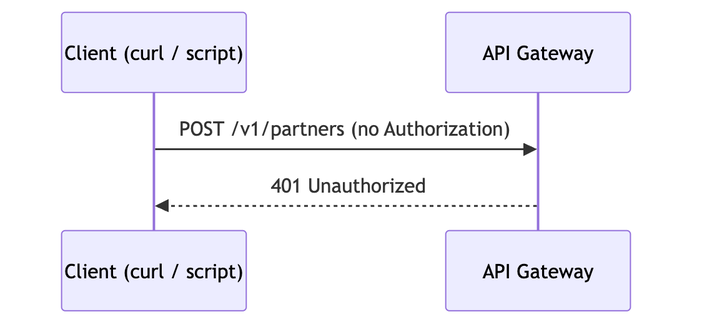
This is docs/sequence-diagrams/png/UC-P03.png from bayareala8s/BayRelayAI, a Mermaid export, as it was before one commit. Its source is kept beside it as docs/sequence-diagrams/mmd/UC-P03.mmd. Source of this version:
```mermaid
sequenceDiagram
  participant Client as Client (curl / script)
  participant APIGW as API Gateway

  Client->>APIGW: POST /v1/partners (no Authorization)
  APIGW-->>Client: 401 Unauthorized
```
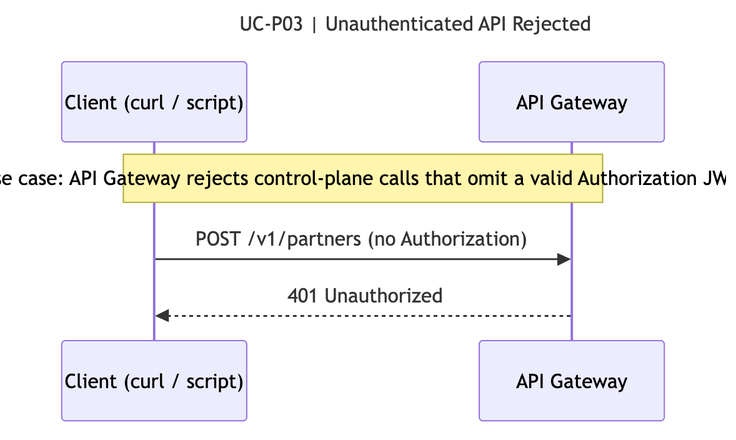
Above is the later version.

Change to the diagram source:
```diff
@@ -1,6 +1,10 @@
+---
+title: UC-P03 | Unauthenticated API Rejected
+---
 sequenceDiagram
   participant Client as Client (curl / script)
   participant APIGW as API Gateway
+  Note over Client,APIGW: Use case: API Gateway rejects control-plane calls that omit a valid Authorization JWT.
 
   Client->>APIGW: POST /v1/partners (no Authorization)
   APIGW-->>Client: 401 Unauthorized
```
